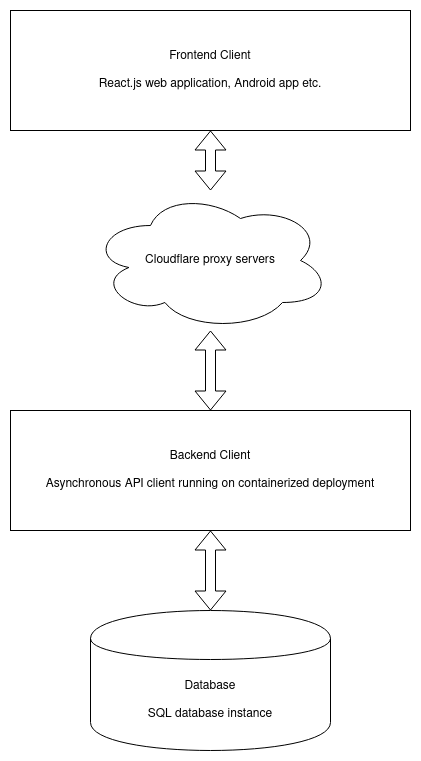
The draw.io diagram miscellaneous/Architecture_Design.png in Epic-ERP/media, before a commit. Source tidied: cells renumbered, new cells last; positions are measured from the earlier drawing's top-left corner, leaving out a move shared by most shapes.
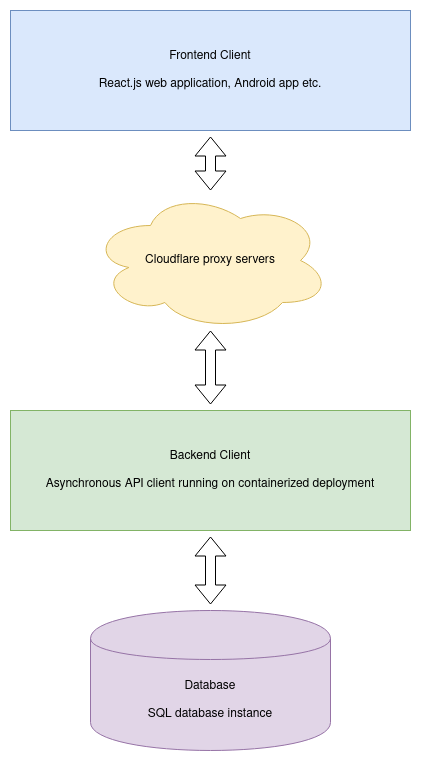
Later version of the same file.

The edit, as a diff of the source:
```diff
@@ -2,25 +2,25 @@
   <root>
     <mxCell id="0" />
     <mxCell id="1" parent="0" />
-    <mxCell id="2" style="edgeStyle=orthogonalEdgeStyle;rounded=0;jettySize=auto;html=1;shape=flexArrow;startArrow=block;" parent="1" edge="1" source="3" target="5">
+    <mxCell id="2" style="edgeStyle=orthogonalEdgeStyle;rounded=0;jettySize=auto;html=1;shape=flexArrow;startArrow=block;sourcePerimeterSpacing=6;" parent="1" edge="1" source="3" target="5">
       <mxGeometry relative="1" as="geometry" />
     </mxCell>
-    <mxCell id="3" value="&lt;div&gt;Frontend Client&lt;/div&gt;&lt;div&gt;&lt;br&gt;&lt;/div&gt;&lt;div&gt;React.js web application, Android app etc.&lt;br&gt;&lt;/div&gt;" style="rounded=0;whiteSpace=wrap;html=1;" parent="1" vertex="1">
+    <mxCell id="3" value="&lt;div&gt;Frontend Client&lt;/div&gt;&lt;div&gt;&lt;br&gt;&lt;/div&gt;&lt;div&gt;React.js web application, Android app etc.&lt;br&gt;&lt;/div&gt;" style="rounded=0;whiteSpace=wrap;html=1;fillColor=#dae8fc;strokeColor=#6c8ebf;" parent="1" vertex="1">
       <mxGeometry width="400" height="120" as="geometry" />
     </mxCell>
-    <mxCell id="4" style="edgeStyle=orthogonalEdgeStyle;shape=flexArrow;rounded=0;jettySize=auto;html=1;startArrow=block;shadow=0;" parent="1" edge="1" source="5" target="7">
+    <mxCell id="4" style="edgeStyle=orthogonalEdgeStyle;shape=flexArrow;rounded=0;jettySize=auto;html=1;startArrow=block;shadow=0;targetPerimeterSpacing=6;" parent="1" edge="1" source="5" target="7">
       <mxGeometry relative="1" as="geometry" />
     </mxCell>
-    <mxCell id="5" value="Cloudflare proxy servers" style="ellipse;shape=cloud;whiteSpace=wrap;html=1;rounded=0;" parent="1" vertex="1">
+    <mxCell id="5" value="Cloudflare proxy servers" style="ellipse;shape=cloud;whiteSpace=wrap;html=1;rounded=0;fillColor=#fff2cc;strokeColor=#d6b656;" parent="1" vertex="1">
       <mxGeometry x="80" y="180" width="240" height="140" as="geometry" />
     </mxCell>
-    <mxCell id="6" style="edgeStyle=orthogonalEdgeStyle;shape=flexArrow;rounded=0;jettySize=auto;html=1;startArrow=block;" parent="1" edge="1" source="7" target="8">
+    <mxCell id="6" style="edgeStyle=orthogonalEdgeStyle;shape=flexArrow;rounded=0;jettySize=auto;html=1;startArrow=block;targetPerimeterSpacing=6;sourcePerimeterSpacing=6;" parent="1" edge="1" source="7" target="8">
       <mxGeometry relative="1" as="geometry" />
     </mxCell>
-    <mxCell id="7" value="&lt;div&gt;Backend Client&lt;/div&gt;&lt;div&gt;&lt;br&gt;&lt;/div&gt;&lt;div&gt;Asynchronous API client running on containerized deployment&lt;br&gt;&lt;/div&gt;" style="whiteSpace=wrap;html=1;rounded=0;" parent="1" vertex="1">
+    <mxCell id="7" value="&lt;div&gt;Backend Client&lt;/div&gt;&lt;div&gt;&lt;br&gt;&lt;/div&gt;&lt;div&gt;Asynchronous API client running on containerized deployment&lt;br&gt;&lt;/div&gt;" style="whiteSpace=wrap;html=1;rounded=0;fillColor=#d5e8d4;strokeColor=#82b366;" parent="1" vertex="1">
       <mxGeometry y="400" width="400" height="120" as="geometry" />
     </mxCell>
-    <mxCell id="8" value="&lt;div&gt;Database&lt;/div&gt;&lt;div&gt;&lt;br&gt;&lt;/div&gt;&lt;div&gt;SQL database instance&lt;br&gt;&lt;/div&gt;" style="shape=cylinder;whiteSpace=wrap;html=1;boundedLbl=1;backgroundOutline=1;rounded=0;" parent="1" vertex="1">
+    <mxCell id="8" value="&lt;div&gt;Database&lt;/div&gt;&lt;div&gt;&lt;br&gt;&lt;/div&gt;&lt;div&gt;SQL database instance&lt;br&gt;&lt;/div&gt;" style="shape=cylinder;whiteSpace=wrap;html=1;boundedLbl=1;backgroundOutline=1;rounded=0;fillColor=#e1d5e7;strokeColor=#9673a6;" parent="1" vertex="1">
       <mxGeometry x="80" y="600" width="240" height="140" as="geometry" />
     </mxCell>
   </root>
```
